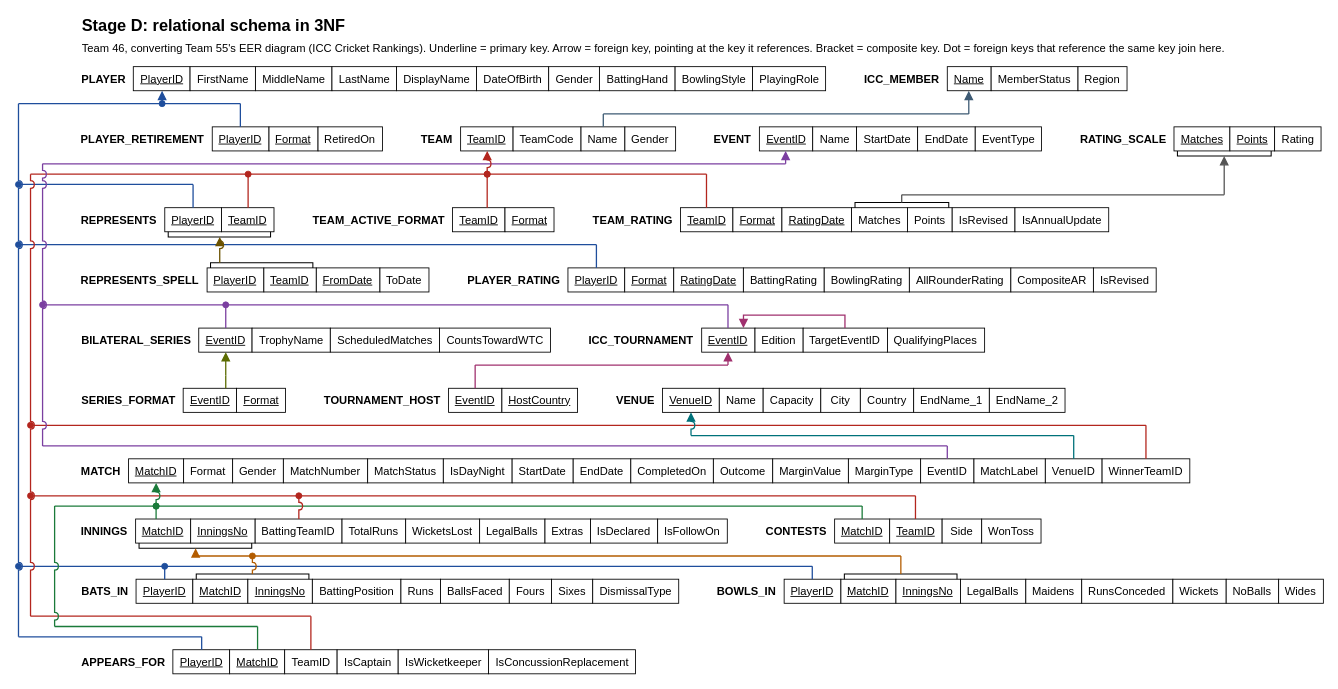
Above: 46-stageD.drawio in shouryadixitisverycool/dna-phase3-team46 (draw.io), before the change. Source tidied: cells renumbered, new cells numbered last; positions are measured from the earlier drawing's top-left corner, leaving out a move shared by most shapes. Both pictures are drawn from the tidied source at 86%, with x=0, y=0 at pixel (15, 15).
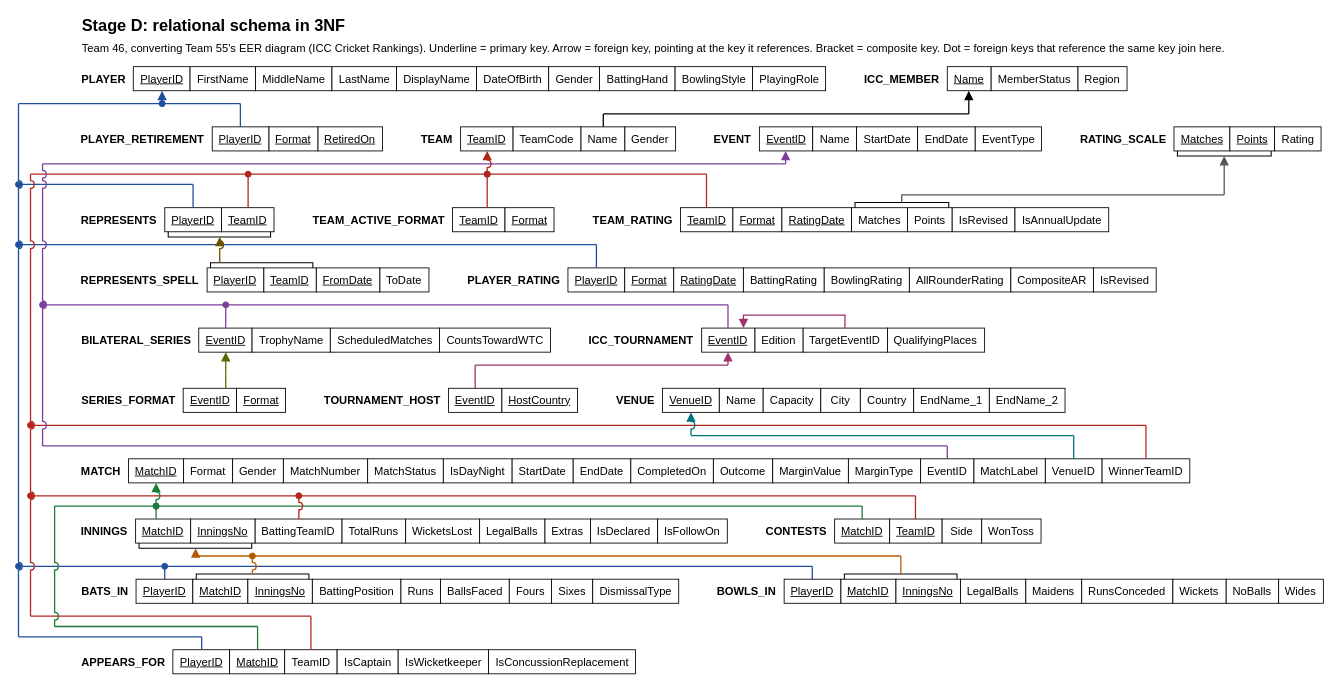
After the change.

Diff of the diagram source:
```diff
@@
-    <mxCell id="41" value="RetiredOn" style="rounded=0;whiteSpace=wrap;html=1;fontFamily=Helvetica;fontSize=13;fillColor=#ffffff;strokeColor=#000000;strokeWidth=1;fontColor=#000000;" parent="1" vertex="1">
+    <mxCell id="41" value="RetiredOn" style="rounded=0;whiteSpace=wrap;html=1;fontFamily=Helvetica;fontSize=13;fillColor=#ffffff;strokeColor=#000000;strokeWidth=1;fontColor=#000000;fontStyle=4;" parent="1" vertex="1">
       <mxGeometry x="352.3" y="130" width="75" height="28" as="geometry" />
     </mxCell>
@@
-    <mxCell id="176" style="endArrow=none;html=1;rounded=0;strokeWidth=1.5;strokeColor=#3d5a73;jumpStyle=arc;jumpSize=8;" parent="1" edge="1">
+    <mxCell id="176" style="endArrow=none;html=1;rounded=0;strokeWidth=1.5;strokeColor=#000000;jumpStyle=arc;jumpSize=8;" parent="1" edge="1">
       <mxGeometry relative="1" as="geometry">
         <mxPoint x="684" y="115" as="sourcePoint" />
         <mxPoint x="1109" y="115" as="targetPoint" />
       </mxGeometry>
     </mxCell>
@@
-    <mxCell id="216" style="endArrow=none;html=1;rounded=0;strokeWidth=1.5;strokeColor=#3d5a73;jumpStyle=arc;jumpSize=8;" parent="1" edge="1">
+    <mxCell id="216" style="endArrow=none;html=1;rounded=0;strokeWidth=1.5;strokeColor=#000000;jumpStyle=arc;jumpSize=8;" parent="1" edge="1">
       <mxGeometry relative="1" as="geometry">
         <mxPoint x="684" y="130" as="sourcePoint" />
         <mxPoint x="684" y="115" as="targetPoint" />
       </mxGeometry>
     </mxCell>
-    <mxCell id="217" style="endArrow=block;endFill=1;endSize=7;html=1;rounded=0;strokeWidth=1.5;strokeColor=#3d5a73;jumpStyle=arc;jumpSize=8;" parent="1" edge="1">
+    <mxCell id="217" style="endArrow=block;endFill=1;endSize=7;html=1;rounded=0;strokeWidth=1.5;strokeColor=#000000;jumpStyle=arc;jumpSize=8;" parent="1" edge="1">
       <mxGeometry relative="1" as="geometry">
         <mxPoint x="1109" y="115" as="sourcePoint" />
         <mxPoint x="1109" y="88" as="targetPoint" />
       </mxGeometry>
     </mxCell>
```
